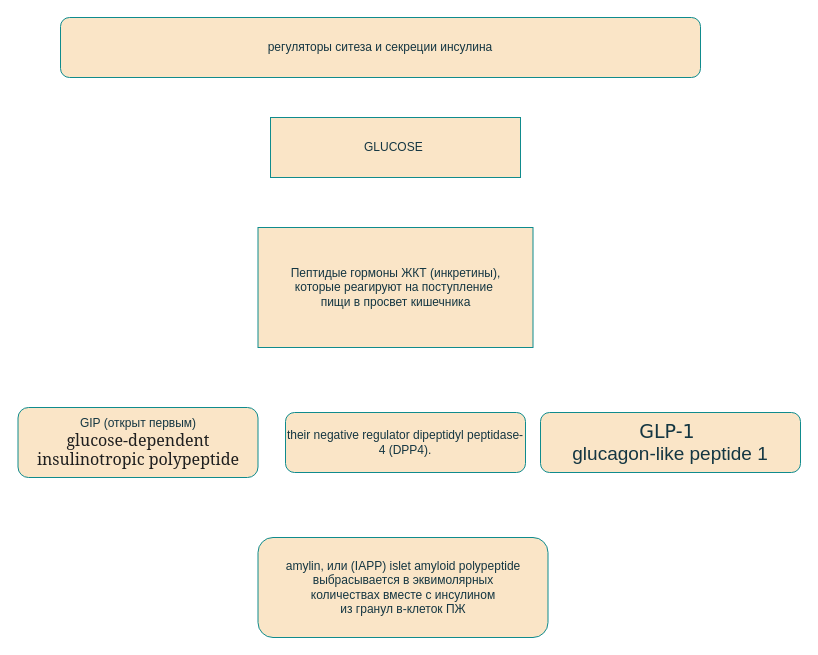
Before: incretins.drawio in lissa3/menubar, a draw.io diagram. Source tidied: cells renumbered, new cells numbered last; positions are measured from the earlier drawing's top-left corner, leaving out a move shared by most shapes. Both pictures are drawn from the tidied source at 100%, with x=0, y=0 at pixel (18, 17).
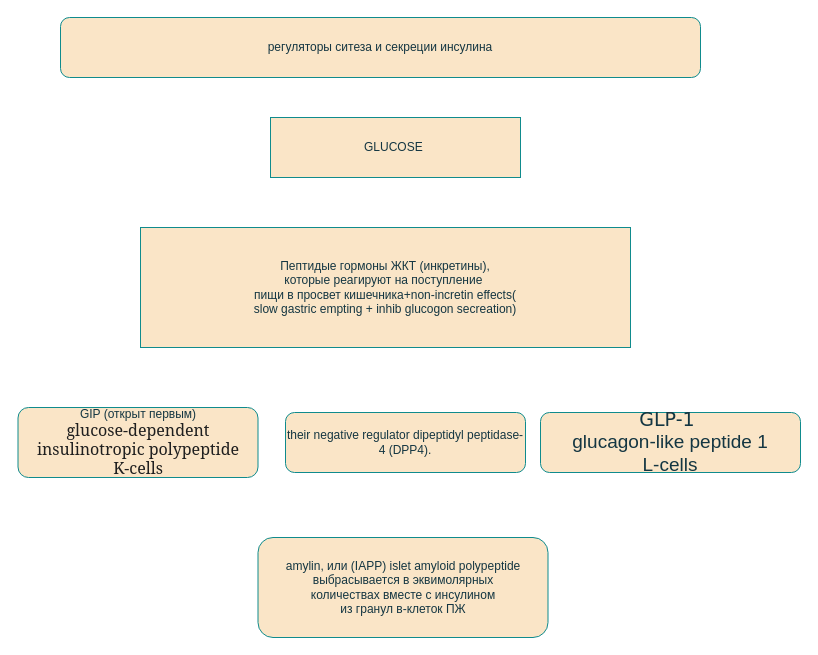
Above is the later version.

What changed in the source:
```diff
@@
 <mxGraphModel>
   <root>
     <mxCell id="0" />
     <mxCell id="1" parent="0" />
     <mxCell id="2" value="amylin, или&amp;nbsp;&lt;span style=&quot;background-color: initial;&quot;&gt;(IAPP)&amp;nbsp;&lt;/span&gt;&lt;span style=&quot;background-color: initial;&quot;&gt;islet amyloid polypeptide&lt;/span&gt;&lt;div&gt;выбрасывается в эквимолярных&lt;/div&gt;&lt;div&gt;количествах вместе с инсулином&lt;/div&gt;&lt;div&gt;из гранул в-клеток ПЖ&lt;/div&gt;" style="rounded=1;whiteSpace=wrap;html=1;labelBackgroundColor=none;fillColor=#FAE5C7;strokeColor=#0F8B8D;fontColor=#143642;" parent="1" vertex="1">
       <mxGeometry x="239.5" y="520" width="290" height="100" as="geometry" />
     </mxCell>
     <mxCell id="3" value="регуляторы ситеза и секреции инсулина" style="rounded=1;whiteSpace=wrap;html=1;labelBackgroundColor=none;fillColor=#FAE5C7;strokeColor=#0F8B8D;fontColor=#143642;" parent="1" vertex="1">
       <mxGeometry x="42" width="640" height="60" as="geometry" />
     </mxCell>
     <mxCell id="4" value="GLUCOSE&amp;nbsp;" style="whiteSpace=wrap;html=1;labelBackgroundColor=none;fillColor=#FAE5C7;strokeColor=#0F8B8D;fontColor=#143642;" parent="1" vertex="1">
       <mxGeometry x="252" y="100" width="250" height="60" as="geometry" />
     </mxCell>
-    <mxCell id="5" value="Пептидые гормоны ЖКТ (инкретины),&lt;div&gt;которые реагируют на поступление&amp;nbsp;&lt;/div&gt;&lt;div&gt;пищи в просвет кишечника&lt;/div&gt;" style="whiteSpace=wrap;html=1;labelBackgroundColor=none;fillColor=#FAE5C7;strokeColor=#0F8B8D;fontColor=#143642;" parent="1" vertex="1">
-      <mxGeometry x="239.5" y="210" width="275" height="120" as="geometry" />
+    <mxCell id="5" value="Пептидые гормоны ЖКТ (инкретины),&lt;div&gt;которые реагируют на поступление&amp;nbsp;&lt;/div&gt;&lt;div&gt;пищи в просвет кишечника+non-incretin effects(&lt;/div&gt;&lt;div&gt;slow gastric empting + inhib glucogon secreation)&lt;/div&gt;" style="whiteSpace=wrap;html=1;labelBackgroundColor=none;fillColor=#FAE5C7;strokeColor=#0F8B8D;fontColor=#143642;" parent="1" vertex="1">
+      <mxGeometry x="122" y="210" width="490" height="120" as="geometry" />
     </mxCell>
-    <mxCell id="6" value="GIP (открыт первым)&lt;div&gt;&lt;span style=&quot;color: rgb(31, 31, 31); font-family: ElsevierGulliver, Georgia, &amp;quot;Times New Roman&amp;quot;, Times, STIXGeneral, &amp;quot;Cambria Math&amp;quot;, &amp;quot;Lucida Sans Unicode&amp;quot;, &amp;quot;Microsoft Sans Serif&amp;quot;, &amp;quot;Segoe UI Symbol&amp;quot;, &amp;quot;Arial Unicode MS&amp;quot;, serif, sans-serif; font-size: 16px; text-align: start;&quot;&gt;glucose-dependent insulinotropic polypeptide&lt;/span&gt;&lt;br&gt;&lt;/div&gt;" style="rounded=1;whiteSpace=wrap;html=1;labelBackgroundColor=none;fillColor=#FAE5C7;strokeColor=#0F8B8D;fontColor=#143642;" parent="1" vertex="1">
+    <mxCell id="6" value="GIP (открыт первым)&lt;div&gt;&lt;span style=&quot;color: rgb(31, 31, 31); font-family: ElsevierGulliver, Georgia, &amp;quot;Times New Roman&amp;quot;, Times, STIXGeneral, &amp;quot;Cambria Math&amp;quot;, &amp;quot;Lucida Sans Unicode&amp;quot;, &amp;quot;Microsoft Sans Serif&amp;quot;, &amp;quot;Segoe UI Symbol&amp;quot;, &amp;quot;Arial Unicode MS&amp;quot;, serif, sans-serif; font-size: 16px; text-align: start;&quot;&gt;glucose-dependent insulinotropic polypeptide&lt;/span&gt;&lt;br&gt;&lt;/div&gt;&lt;div&gt;&lt;span style=&quot;color: rgb(31, 31, 31); font-family: ElsevierGulliver, Georgia, &amp;quot;Times New Roman&amp;quot;, Times, STIXGeneral, &amp;quot;Cambria Math&amp;quot;, &amp;quot;Lucida Sans Unicode&amp;quot;, &amp;quot;Microsoft Sans Serif&amp;quot;, &amp;quot;Segoe UI Symbol&amp;quot;, &amp;quot;Arial Unicode MS&amp;quot;, serif, sans-serif; font-size: 16px; text-align: start;&quot;&gt;K-cells&lt;/span&gt;&lt;/div&gt;" style="rounded=1;whiteSpace=wrap;html=1;labelBackgroundColor=none;fillColor=#FAE5C7;strokeColor=#0F8B8D;fontColor=#143642;" parent="1" vertex="1">
       <mxGeometry x="-0.5" y="390" width="240" height="70" as="geometry" />
     </mxCell>
     <mxCell id="7" value="their negative regulator dipeptidyl peptidase-4 (DPP4)." style="rounded=1;whiteSpace=wrap;html=1;labelBackgroundColor=none;fillColor=#FAE5C7;strokeColor=#0F8B8D;fontColor=#143642;" parent="1" vertex="1">
       <mxGeometry x="267" y="395" width="240" height="60" as="geometry" />
     </mxCell>
-    <mxCell id="8" value="&lt;font style=&quot;font-size: 19px;&quot; face=&quot;Verdana&quot;&gt;GLP-1&amp;nbsp;&lt;/font&gt;&lt;div style=&quot;font-size: 19px;&quot;&gt;&lt;font style=&quot;font-size: 19px;&quot; face=&quot;wpb-jBK0-t2eKOkV683j&quot;&gt;glucagon-like peptide 1&lt;/font&gt;&lt;/div&gt;" style="rounded=1;whiteSpace=wrap;html=1;labelBackgroundColor=none;fillColor=#FAE5C7;strokeColor=#0F8B8D;fontColor=#143642;" parent="1" vertex="1">
+    <mxCell id="8" value="&lt;font style=&quot;font-size: 19px;&quot; face=&quot;Verdana&quot;&gt;GLP-1&amp;nbsp;&lt;/font&gt;&lt;div style=&quot;font-size: 19px;&quot;&gt;&lt;font style=&quot;font-size: 19px;&quot; face=&quot;wpb-jBK0-t2eKOkV683j&quot;&gt;glucagon-like peptide 1&lt;/font&gt;&lt;/div&gt;&lt;div style=&quot;font-size: 19px;&quot;&gt;&lt;font style=&quot;font-size: 19px;&quot; face=&quot;wpb-jBK0-t2eKOkV683j&quot;&gt;L-cells&lt;/font&gt;&lt;/div&gt;" style="rounded=1;whiteSpace=wrap;html=1;labelBackgroundColor=none;fillColor=#FAE5C7;strokeColor=#0F8B8D;fontColor=#143642;" parent="1" vertex="1">
       <mxGeometry x="522" y="395" width="260" height="60" as="geometry" />
     </mxCell>
   </root>
 </mxGraphModel>
```
